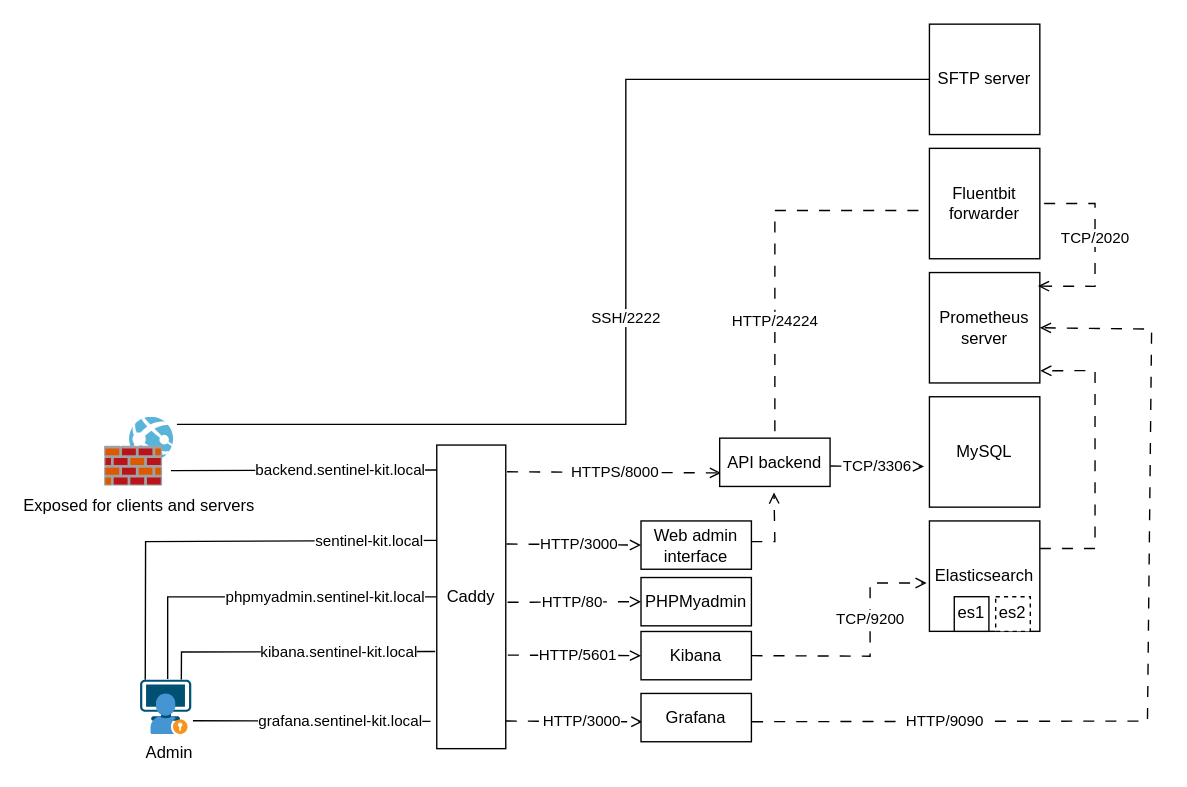
Above: docs/graphs/sentinel-kit_network_flow.drawio in codeyourweb/sentinel-kit (draw.io), before the change. Source tidied: cells renumbered, new cells numbered last; positions are measured from the earlier drawing's top-left corner, leaving out a move shared by most shapes. Both pictures are drawn from the tidied source at 138%, with x=0, y=0 at pixel (103, 23).
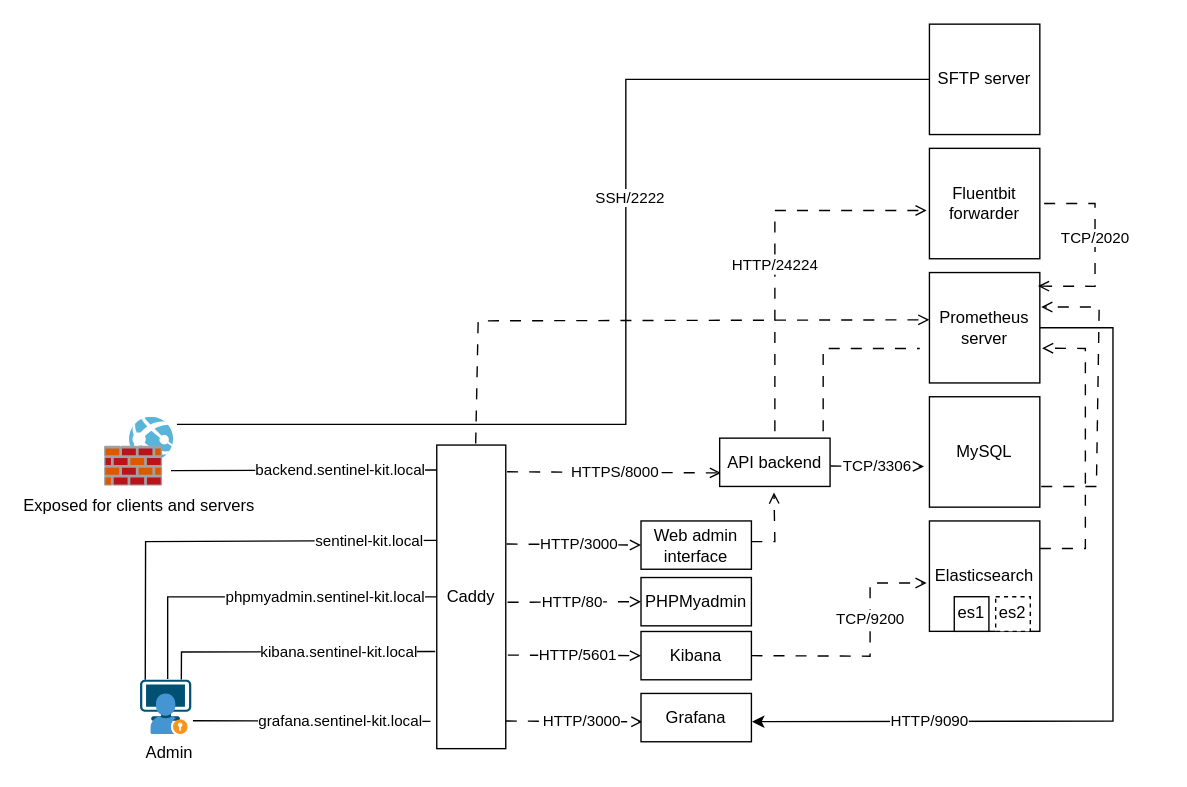
After the change.

Commit message (it also covers changes not shown here):
network flow documentation update

Unchanged cells that the change refers to:
```xml
<mxCell id="3" value="Prometheus server" style="whiteSpace=wrap;html=1;" parent="1" vertex="1">
  <mxGeometry x="598" y="180" width="80" height="80" as="geometry" />
</mxCell>
<mxCell id="5" value="Elasticsearch" style="whiteSpace=wrap;html=1;" parent="1" vertex="1">
  <mxGeometry x="598" y="360" width="80" height="80" as="geometry" />
</mxCell>
<mxCell id="12" value="SFTP server" style="whiteSpace=wrap;html=1;" parent="1" vertex="1">
  <mxGeometry x="598" width="80" height="80" as="geometry" />
</mxCell>
<mxCell id="18" value="Exposed for clients and servers" style="image;sketch=0;html=1;points=[];align=center;fontSize=12;image=img/lib/mscae/Web_App_Firewall.svg;" parent="1" vertex="1">
  <mxGeometry x="0.4" y="285" width="50" height="50" as="geometry" />
</mxCell>
<mxCell id="19" value="Caddy" style="rounded=0;whiteSpace=wrap;html=1;" parent="1" vertex="1">
  <mxGeometry x="241" y="305" width="50" height="220" as="geometry" />
</mxCell>
<mxCell id="32" value="Grafana" style="rounded=0;whiteSpace=wrap;html=1;" parent="1" vertex="1">
  <mxGeometry x="389" y="485" width="80" height="35" as="geometry" />
</mxCell>
```

Change to the diagram source:
```diff
@@
-    <mxCell id="6" value="HTTP/24224" style="endArrow=none;html=1;rounded=0;curved=0;dashed=1;dashPattern=8 8;" parent="1" edge="1">
-      <mxGeometry x="-0.41" relative="1" as="geometry">
+    <mxCell id="6" value="HTTP/24224" style="endArrow=open;html=1;rounded=0;curved=0;dashed=1;dashPattern=8 8;endFill=0;" parent="1" edge="1">
+      <mxGeometry x="-0.11" relative="1" as="geometry">
         <mxPoint x="486" y="295" as="sourcePoint" />
         <mxPoint x="596" y="135" as="targetPoint" />
         <Array as="points">
           <mxPoint x="486" y="135" />
         </Array>
       </mxGeometry>
     </mxCell>
@@
-    <mxCell id="8" style="endArrow=open;html=1;rounded=0;exitX=1;exitY=0.25;exitDx=0;exitDy=0;curved=0;dashed=1;dashPattern=8 8;startArrow=none;startFill=0;endFill=0;entryX=1.004;entryY=0.89;entryDx=0;entryDy=0;entryPerimeter=0;" parent="1" edge="1" source="5" target="3">
+    <mxCell id="8" style="endArrow=open;html=1;rounded=0;exitX=1;exitY=0.25;exitDx=0;exitDy=0;curved=0;dashed=1;dashPattern=8 8;startArrow=none;startFill=0;endFill=0;entryX=1.02;entryY=0.685;entryDx=0;entryDy=0;entryPerimeter=0;" parent="1" edge="1" source="5" target="3">
       <mxGeometry relative="1" as="geometry">
         <Array as="points">
-          <mxPoint x="718" y="380" />
-          <mxPoint x="718" y="251" />
+          <mxPoint x="711" y="380" />
+          <mxPoint x="711" y="235" />
         </Array>
       </mxGeometry>
     </mxCell>
-    <mxCell id="9" value="HTTP/9090" style="endArrow=open;html=1;rounded=0;curved=0;dashed=1;dashPattern=8 8;startArrow=none;startFill=0;entryX=1;entryY=0.5;entryDx=0;entryDy=0;endFill=0;exitX=1.006;exitY=0.585;exitDx=0;exitDy=0;exitPerimeter=0;" parent="1" edge="1" source="32" target="3">
+    <mxCell id="9" value="HTTP/9090" style="endArrow=none;html=1;rounded=0;curved=0;startArrow=classic;startFill=1;entryX=1;entryY=0.5;entryDx=0;entryDy=0;endFill=0;exitX=1.006;exitY=0.585;exitDx=0;exitDy=0;exitPerimeter=0;" parent="1" edge="1" source="32" target="3">
       <mxGeometry x="-0.57" relative="1" as="geometry">
         <Array as="points">
-          <mxPoint x="756" y="505" />
-          <mxPoint x="759" y="221" />
+          <mxPoint x="731" y="505" />
+          <mxPoint x="731" y="220" />
         </Array>
       </mxGeometry>
     </mxCell>
@@
     <mxCell id="13" value="SSH/2222" style="endArrow=none;html=1;rounded=0;entryX=0;entryY=0.5;entryDx=0;entryDy=0;exitX=1.046;exitY=0.101;exitDx=0;exitDy=0;exitPerimeter=0;" parent="1" edge="1" source="18" target="12">
-      <mxGeometry x="0.01" relative="1" as="geometry">
+      <mxGeometry x="0.23" y="-3" relative="1" as="geometry">
         <Array as="points">
           <mxPoint x="378" y="290" />
           <mxPoint x="378" y="40" />
         </Array>
       </mxGeometry>
     </mxCell>
@@
+    <mxCell id="36" style="endArrow=open;html=1;rounded=0;exitX=1;exitY=0.25;exitDx=0;exitDy=0;curved=0;dashed=1;dashPattern=8 8;startArrow=none;startFill=0;endFill=0;" parent="1" edge="1">
+      <mxGeometry relative="1" as="geometry">
+        <mxPoint x="679" y="335" as="sourcePoint" />
+        <mxPoint x="679" y="205" as="targetPoint" />
+        <Array as="points">
+          <mxPoint x="719" y="335" />
+          <mxPoint x="721" y="205" />
+        </Array>
+      </mxGeometry>
+    </mxCell>
+    <mxCell id="37" value="&lt;div&gt;&lt;br&gt;&lt;/div&gt;" style="endArrow=none;html=1;rounded=0;curved=0;dashed=1;dashPattern=8 8;" parent="1" edge="1">
+      <mxGeometry x="-0.41" relative="1" as="geometry">
+        <mxPoint x="521" y="295" as="sourcePoint" />
+        <mxPoint x="591" y="235" as="targetPoint" />
+        <Array as="points">
+          <mxPoint x="521" y="235" />
+        </Array>
+      </mxGeometry>
+    </mxCell>
+    <mxCell id="38" style="endArrow=open;html=1;rounded=0;curved=0;dashed=1;dashPattern=8 8;entryX=0;entryY=0.428;entryDx=0;entryDy=0;entryPerimeter=0;endFill=0;exitX=0.564;exitY=-0.005;exitDx=0;exitDy=0;exitPerimeter=0;" parent="1" edge="1" source="19" target="3">
+      <mxGeometry x="-0.41" relative="1" as="geometry">
+        <Array as="points">
+          <mxPoint x="271" y="215" />
+        </Array>
+      </mxGeometry>
+    </mxCell>
```
